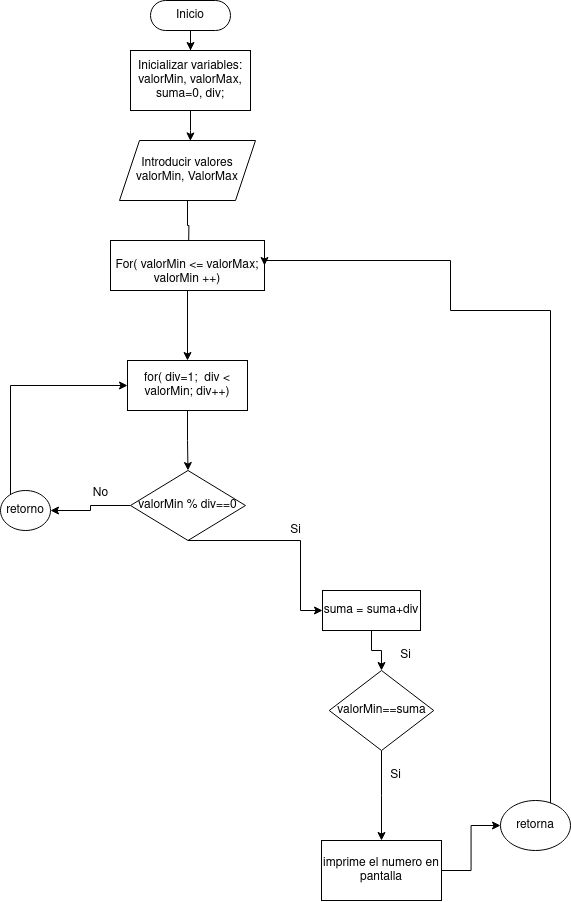
adogonz23/programacion keeps this draw.io diagram as Unidad-1/Tarea2 AdonayGG/images/Tarea2.png. Above is the earlier version. Source tidied: cells renumbered, new cells last; positions are measured from the earlier drawing's top-left corner, leaving out a move shared by most shapes.
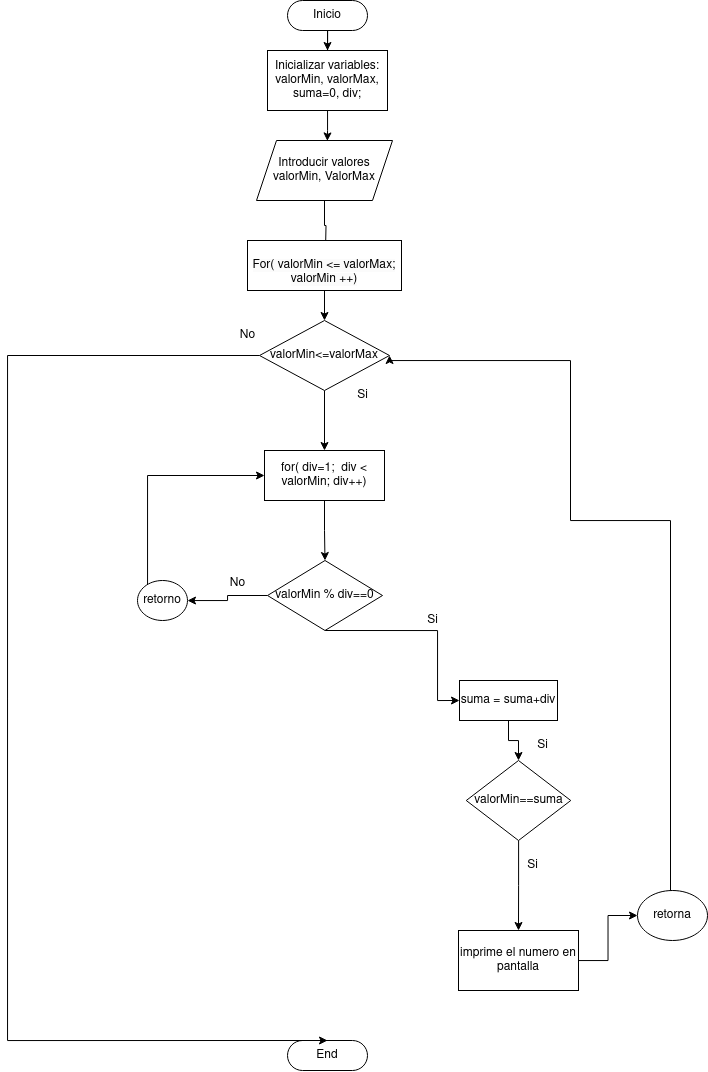
The same file after the commit.

Change to the diagram source:
```diff
@@ -6,27 +6,27 @@
       <mxGeometry relative="1" as="geometry" />
     </mxCell>
     <mxCell id="3" value="Inicio" style="html=1;dashed=0;whiteSpace=wrap;shape=mxgraph.dfd.start;" parent="1" vertex="1">
-      <mxGeometry x="150" width="80" height="30" as="geometry" />
+      <mxGeometry x="150" y="-90" width="80" height="30" as="geometry" />
     </mxCell>
     <mxCell id="4" style="edgeStyle=orthogonalEdgeStyle;rounded=0;jettySize=auto;html=1;entryX=0.5;entryY=0;entryDx=0;entryDy=0;" parent="1" edge="1" source="5">
       <mxGeometry relative="1" as="geometry">
-        <mxPoint x="188" y="250" as="targetPoint" />
+        <mxPoint x="188" y="160" as="targetPoint" />
       </mxGeometry>
     </mxCell>
     <mxCell id="5" value="Introducir valores&lt;br&gt;valorMin, ValorMax" style="shape=parallelogram;perimeter=parallelogramPerimeter;whiteSpace=wrap;html=1;fixedSize=1;" parent="1" vertex="1">
-      <mxGeometry x="119" y="140" width="136" height="60" as="geometry" />
+      <mxGeometry x="119" y="50" width="136" height="60" as="geometry" />
     </mxCell>
     <mxCell id="6" value="Inicializar variables:&lt;br&gt;valorMin, valorMax, suma=0, div;" style="whiteSpace=wrap;html=1;" parent="1" vertex="1">
-      <mxGeometry x="130" y="50" width="120" height="60" as="geometry" />
+      <mxGeometry x="130" y="-40" width="120" height="60" as="geometry" />
     </mxCell>
     <mxCell id="7" style="edgeStyle=orthogonalEdgeStyle;rounded=0;jettySize=auto;html=1;entryX=0.521;entryY=0.007;entryDx=0;entryDy=0;entryPerimeter=0;" parent="1" edge="1" source="6" target="5">
       <mxGeometry relative="1" as="geometry" />
     </mxCell>
-    <mxCell id="8" style="edgeStyle=orthogonalEdgeStyle;rounded=0;jettySize=auto;html=1;entryX=0.5;entryY=0;entryDx=0;entryDy=0;" parent="1" edge="1" source="9" target="11">
-      <mxGeometry relative="1" as="geometry" />
-    </mxCell>
+    <mxCell id="29" style="edgeStyle=orthogonalEdgeStyle;rounded=0;jettySize=auto;html=1;entryX=0.5;entryY=0;entryDx=0;entryDy=0;" parent="1" edge="1" source="9" target="33">
+      <mxGeometry relative="1" as="geometry" />
+    </mxCell>
     <mxCell id="9" value="&lt;br&gt;&lt;span style=&quot;color: rgb(0, 0, 0); font-family: Helvetica; font-size: 12px; font-style: normal; font-variant-ligatures: normal; font-variant-caps: normal; font-weight: 400; letter-spacing: normal; orphans: 2; text-align: center; text-indent: 0px; text-transform: none; widows: 2; word-spacing: 0px; -webkit-text-stroke-width: 0px; background-color: rgb(251, 251, 251); text-decoration-thickness: initial; text-decoration-style: initial; text-decoration-color: initial; float: none; display: inline !important;&quot;&gt;For( valorMin &amp;lt;= valorMax; valorMin ++)&lt;/span&gt;&lt;br&gt;" style="rounded=0;whiteSpace=wrap;html=1;" parent="1" vertex="1">
-      <mxGeometry x="110" y="240" width="154" height="50" as="geometry" />
+      <mxGeometry x="110" y="150" width="154" height="50" as="geometry" />
     </mxCell>
     <mxCell id="10" style="edgeStyle=orthogonalEdgeStyle;rounded=0;jettySize=auto;html=1;entryX=0.5;entryY=0;entryDx=0;entryDy=0;" parent="1" edge="1" source="11" target="14">
       <mxGeometry relative="1" as="geometry" />
@@ -75,15 +75,14 @@
     <mxCell id="23" value="Si" style="text;html=1;align=center;verticalAlign=middle;strokeColor=none;fillColor=none;" parent="1" vertex="1">
       <mxGeometry x="380" y="760" width="30" height="30" as="geometry" />
     </mxCell>
-    <mxCell id="24" style="edgeStyle=orthogonalEdgeStyle;rounded=0;jettySize=auto;html=1;exitX=0.5;exitY=0;exitDx=0;exitDy=0;entryX=1;entryY=0.5;entryDx=0;entryDy=0;" parent="1" edge="1" source="25" target="9">
+    <mxCell id="24" style="edgeStyle=orthogonalEdgeStyle;rounded=0;jettySize=auto;html=1;entryX=1;entryY=0.5;entryDx=0;entryDy=0;exitX=0.5;exitY=0;exitDx=0;exitDy=0;" parent="1" edge="1" source="25" target="33">
       <mxGeometry relative="1" as="geometry">
         <Array as="points">
-          <mxPoint x="535" y="821" />
-          <mxPoint x="550" y="821" />
-          <mxPoint x="550" y="310" />
-          <mxPoint x="450" y="310" />
-          <mxPoint x="450" y="260" />
-          <mxPoint x="264" y="260" />
+          <mxPoint x="533" y="800" />
+          <mxPoint x="533" y="430" />
+          <mxPoint x="433" y="430" />
+          <mxPoint x="433" y="270" />
+          <mxPoint x="252" y="270" />
         </Array>
       </mxGeometry>
     </mxCell>
@@ -103,5 +102,28 @@
     <mxCell id="28" value="retorno" style="ellipse;whiteSpace=wrap;html=1;" parent="1" vertex="1">
       <mxGeometry y="490" width="50" height="40" as="geometry" />
     </mxCell>
+    <mxCell id="30" value="End" style="html=1;dashed=0;whiteSpace=wrap;shape=mxgraph.dfd.start;" parent="1" vertex="1">
+      <mxGeometry x="150" y="950" width="80" height="30" as="geometry" />
+    </mxCell>
+    <mxCell id="31" style="edgeStyle=orthogonalEdgeStyle;rounded=0;jettySize=auto;html=1;" parent="1" edge="1" source="33" target="11">
+      <mxGeometry relative="1" as="geometry" />
+    </mxCell>
+    <mxCell id="32" style="edgeStyle=orthogonalEdgeStyle;rounded=0;jettySize=auto;html=1;entryX=0.5;entryY=0.5;entryDx=0;entryDy=-15;entryPerimeter=0;" parent="1" edge="1" source="33" target="30">
+      <mxGeometry relative="1" as="geometry">
+        <Array as="points">
+          <mxPoint x="-130" y="265" />
+          <mxPoint x="-130" y="950" />
+        </Array>
+      </mxGeometry>
+    </mxCell>
+    <mxCell id="33" value="valorMin&amp;lt;=valorMax" style="rhombus;whiteSpace=wrap;html=1;" parent="1" vertex="1">
+      <mxGeometry x="122" y="230" width="130" height="70" as="geometry" />
+    </mxCell>
+    <mxCell id="34" value="Si" style="text;html=1;align=center;verticalAlign=middle;strokeColor=none;fillColor=none;" parent="1" vertex="1">
+      <mxGeometry x="210" y="290" width="30" height="30" as="geometry" />
+    </mxCell>
+    <mxCell id="35" value="No" style="text;html=1;align=center;verticalAlign=middle;strokeColor=none;fillColor=none;" parent="1" vertex="1">
+      <mxGeometry x="90" y="230" width="40" height="30" as="geometry" />
+    </mxCell>
   </root>
 </mxGraphModel>
```
